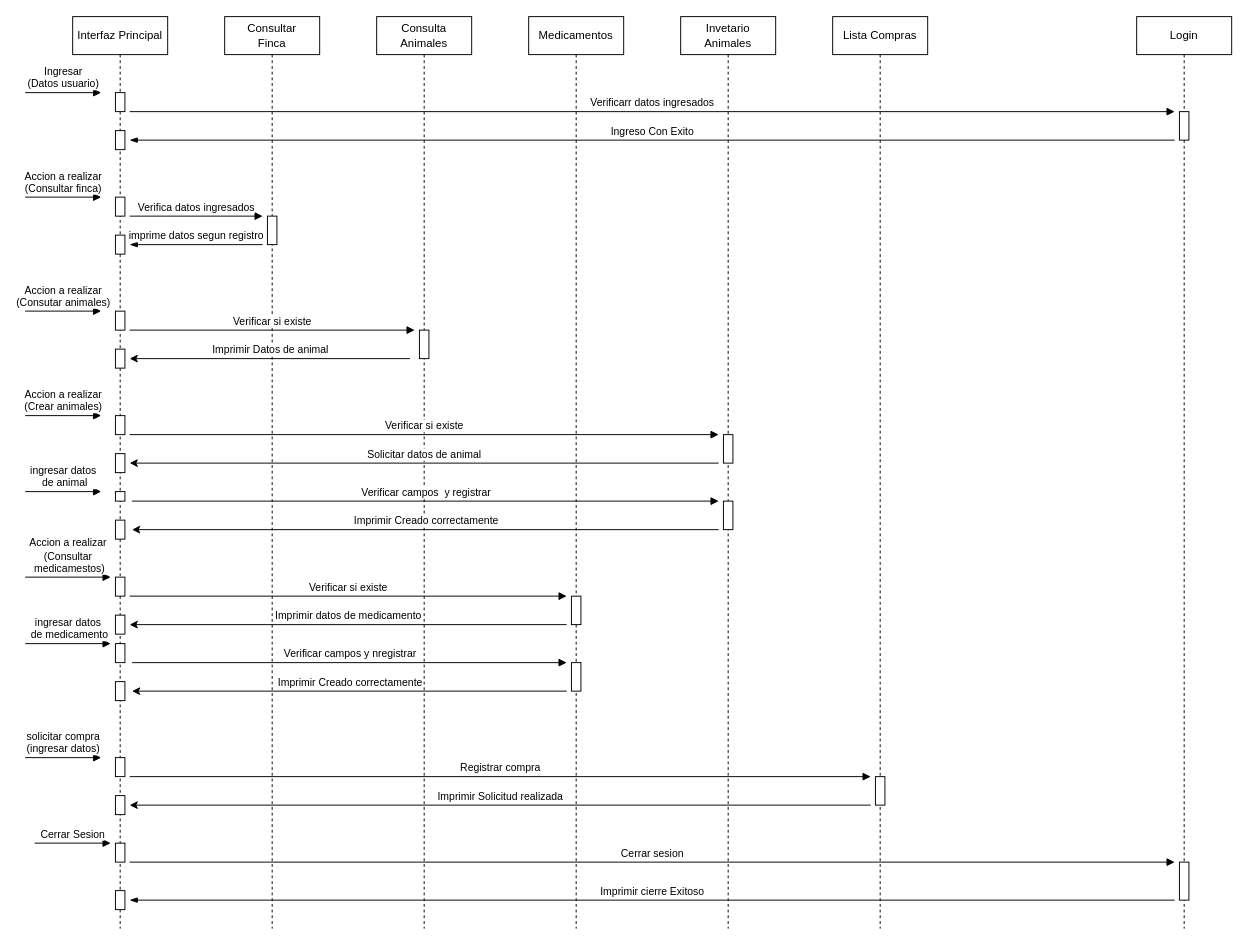
Albert21Arg/SENA keeps this draw.io diagram as page "Empleado" (2 of 2) of UML/proyecto.drawio. Above is the earlier version. Source tidied: cells renumbered, new cells numbered last; positions are measured from the earlier drawing's top-left corner, leaving out a move shared by most shapes. Both pictures are drawn from the tidied source at 95%, with x=0, y=0 at pixel (25, 16).
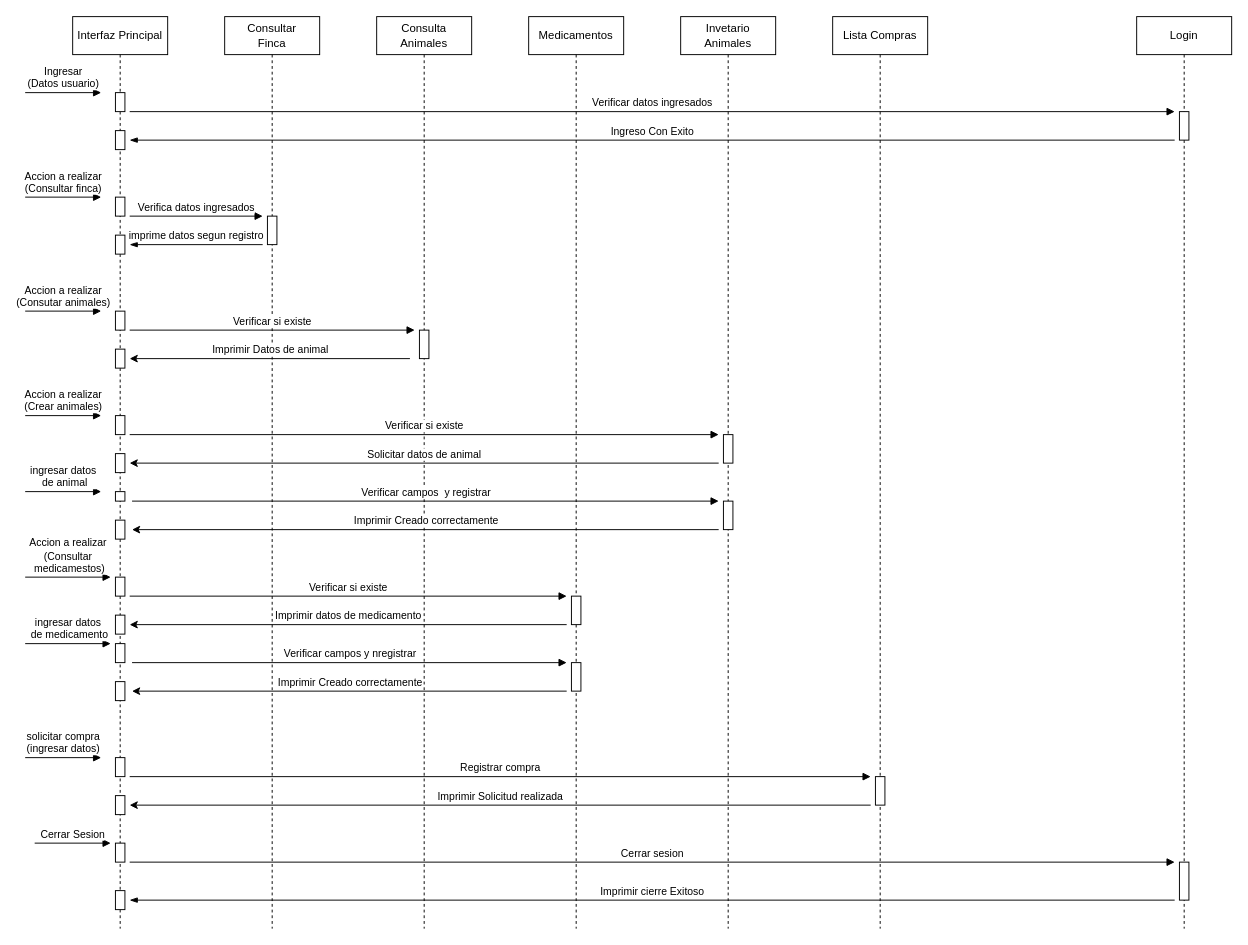
After the change.

Commit message (it also covers changes not shown here):
Diagrama secuencia proyecto

The edit, as a diff of the source:
```diff
@@
-    <mxCell id="41" value="Verificarr datos ingresados" style="html=1;verticalAlign=bottom;endArrow=block;" parent="1" edge="1">
+    <mxCell id="41" value="Verificar datos ingresados" style="html=1;verticalAlign=bottom;endArrow=block;" parent="1" edge="1">
       <mxGeometry relative="1" as="geometry">
         <mxPoint x="110" y="100" as="sourcePoint" />
         <mxPoint x="1210" y="100" as="targetPoint" />
       </mxGeometry>
     </mxCell>
```
